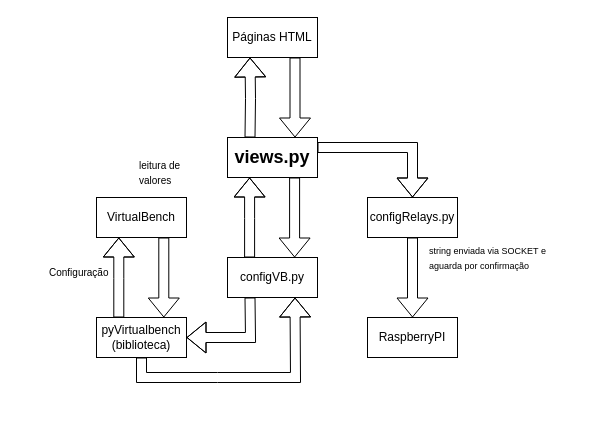
Earlier version of the draw.io diagram diagramas/Diagrama_simplificado.drawio (eddygrinder/LaRE). Source tidied: cells renumbered, new cells numbered last; positions are measured from the earlier drawing's top-left corner, leaving out a move shared by most shapes. Both pictures are drawn from the tidied source at 100%, with x=0, y=0 at pixel (47, 17).
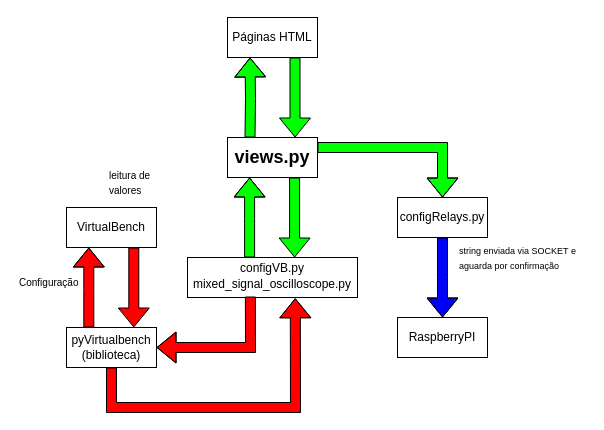
The same diagram, later.

The change refers to these unchanged cells:
```xml
<mxCell id="2" value="Páginas HTML" style="rounded=0;whiteSpace=wrap;html=1;" parent="1" vertex="1">
  <mxGeometry x="180" width="90" height="40" as="geometry" />
</mxCell>
<mxCell id="3" value="&lt;b&gt;&lt;font style=&quot;font-size: 18px;&quot;&gt;views.py&lt;/font&gt;&lt;/b&gt;" style="rounded=0;whiteSpace=wrap;html=1;points=[[0,0,0,0,0],[0,0.25,0,0,0],[0,0.5,0,0,0],[0,0.75,0,0,0],[0,1,0,0,0],[0.14,0.99,0,0,0],[0.25,0,0,0,0],[0.25,1,0,0,0],[0.5,0,0,0,0],[0.5,1,0,0,0],[0.75,0,0,0,0],[0.75,1,0,0,0],[0.89,0.99,0,0,0],[1,0,0,0,0],[1,0.25,0,0,0],[1,0.5,0,0,0],[1,0.75,0,0,0],[1,1,0,0,0]];" parent="1" vertex="1">
  <mxGeometry x="180" y="120" width="90" height="40" as="geometry" />
</mxCell>
```

Change to the diagram source:
```diff
@@
-    <mxCell id="4" style="shape=flexArrow;endArrow=classic;html=1;rounded=0;exitX=0.75;exitY=1;exitDx=0;exitDy=0;entryX=0.75;entryY=0;entryDx=0;entryDy=0;fillColor=none;entryPerimeter=0;" parent="1" edge="1" source="2" target="3">
+    <mxCell id="4" style="shape=flexArrow;endArrow=classic;html=1;rounded=0;exitX=0.75;exitY=1;exitDx=0;exitDy=0;entryX=0.75;entryY=0;entryDx=0;entryDy=0;fillColor=#00FF00;entryPerimeter=0;" parent="1" edge="1" source="2" target="3">
       <mxGeometry relative="1" as="geometry" />
     </mxCell>
     <mxCell id="5" value="VirtualBench" style="whiteSpace=wrap;html=1;rounded=0;align=center;" parent="1" vertex="1">
-      <mxGeometry x="49" y="180" width="90" height="40" as="geometry" />
+      <mxGeometry x="19" y="190" width="90" height="40" as="geometry" />
     </mxCell>
-    <mxCell id="6" value="configVB.py" style="whiteSpace=wrap;html=1;rounded=0;align=center;strokeColor=#000000;" parent="1" vertex="1">
-      <mxGeometry x="180" y="240" width="90" height="40" as="geometry" />
+    <mxCell id="6" value="configVB.py&lt;div&gt;&lt;div style=&quot;line-height: 19px;&quot;&gt;mixed_signal_oscilloscope.py&lt;/div&gt;&lt;/div&gt;" style="whiteSpace=wrap;html=1;rounded=0;align=center;strokeColor=#000000;" parent="1" vertex="1">
+      <mxGeometry x="140" y="240" width="170" height="40" as="geometry" />
     </mxCell>
     <mxCell id="7" value="RaspberryPI" style="whiteSpace=wrap;html=1;rounded=0;align=center;" parent="1" vertex="1">
-      <mxGeometry x="320" y="300" width="90" height="40" as="geometry" />
+      <mxGeometry x="350" y="300" width="90" height="40" as="geometry" />
     </mxCell>
     <mxCell id="8" value="&lt;font style=&quot;font-size: 9px;&quot;&gt;string enviada via SOCKET e&amp;nbsp;&lt;/font&gt;&lt;div&gt;&lt;font style=&quot;font-size: 9px;&quot;&gt;aguarda por confirmação&lt;/font&gt;&lt;/div&gt;" style="text;html=1;align=left;verticalAlign=middle;whiteSpace=wrap;rounded=0;" parent="1" vertex="1">
-      <mxGeometry x="380" y="230" width="130" height="20" as="geometry" />
+      <mxGeometry x="410" y="230" width="130" height="20" as="geometry" />
     </mxCell>
-    <mxCell id="9" style="shape=flexArrow;endArrow=classic;html=1;rounded=0;exitX=0.5;exitY=1;exitDx=0;exitDy=0;" parent="1" edge="1" source="16" target="7">
-      <mxGeometry relative="1" as="geometry" />
+    <mxCell id="9" style="shape=flexArrow;endArrow=classic;html=1;rounded=0;exitX=0.5;exitY=1;exitDx=0;exitDy=0;fillColor=#0000FF;" parent="1" edge="1" source="16" target="7">
+      <mxGeometry relative="1" as="geometry">
+        <Array as="points">
+          <mxPoint x="395" y="260" />
+        </Array>
+      </mxGeometry>
     </mxCell>
-    <mxCell id="10" style="shape=flexArrow;endArrow=classic;html=1;rounded=0;exitX=1;exitY=0.25;exitDx=0;exitDy=0;entryX=0.5;entryY=0;entryDx=0;entryDy=0;exitPerimeter=0;" parent="1" edge="1" source="3" target="16">
+    <mxCell id="10" style="shape=flexArrow;endArrow=classic;html=1;rounded=0;exitX=1;exitY=0.25;exitDx=0;exitDy=0;entryX=0.5;entryY=0;entryDx=0;entryDy=0;exitPerimeter=0;fillColor=#00FF00;" parent="1" edge="1" source="3" target="16">
       <mxGeometry relative="1" as="geometry">
         <Array as="points">
-          <mxPoint x="365" y="130" />
+          <mxPoint x="395" y="130" />
         </Array>
       </mxGeometry>
     </mxCell>
-    <mxCell id="11" style="shape=flexArrow;endArrow=classic;html=1;rounded=0;entryX=0.25;entryY=1;entryDx=0;entryDy=0;exitX=0.25;exitY=0;exitDx=0;exitDy=0;exitPerimeter=0;fillColor=none;" parent="1" edge="1" source="3" target="2">
+    <mxCell id="11" style="shape=flexArrow;endArrow=classic;html=1;rounded=0;entryX=0.25;entryY=1;entryDx=0;entryDy=0;exitX=0.25;exitY=0;exitDx=0;exitDy=0;exitPerimeter=0;fillColor=#00FF00;" parent="1" edge="1" source="3" target="2">
       <mxGeometry relative="1" as="geometry">
         <Array as="points">
           <mxPoint x="203" y="81" />
         </Array>
       </mxGeometry>
     </mxCell>
-    <mxCell id="12" style="shape=flexArrow;endArrow=classic;html=1;rounded=0;exitX=0.75;exitY=1;exitDx=0;exitDy=0;entryX=0.75;entryY=0;entryDx=0;entryDy=0;fillColor=none;entryPerimeter=0;" parent="1" edge="1">
+    <mxCell id="12" style="shape=flexArrow;endArrow=classic;html=1;rounded=0;exitX=0.75;exitY=1;exitDx=0;exitDy=0;entryX=0.75;entryY=0;entryDx=0;entryDy=0;fillColor=#00FF00;entryPerimeter=0;" parent="1" edge="1">
       <mxGeometry relative="1" as="geometry">
         <mxPoint x="247.1" y="160" as="sourcePoint" />
         <mxPoint x="247.1" y="240" as="targetPoint" />
       </mxGeometry>
     </mxCell>
-    <mxCell id="13" style="shape=flexArrow;endArrow=classic;html=1;rounded=0;entryX=0.25;entryY=1;entryDx=0;entryDy=0;exitX=0.25;exitY=0;exitDx=0;exitDy=0;exitPerimeter=0;fillColor=none;" parent="1" edge="1">
+    <mxCell id="13" style="shape=flexArrow;endArrow=classic;html=1;rounded=0;entryX=0.25;entryY=1;entryDx=0;entryDy=0;exitX=0.25;exitY=0;exitDx=0;exitDy=0;exitPerimeter=0;fillColor=#00FF00;" parent="1" edge="1">
       <mxGeometry relative="1" as="geometry">
         <mxPoint x="202.1" y="240" as="sourcePoint" />
         <mxPoint x="202.1" y="160" as="targetPoint" />
         <Array as="points">
           <mxPoint x="202.1" y="201" />
         </Array>
       </mxGeometry>
     </mxCell>
-    <mxCell id="14" style="shape=flexArrow;endArrow=classic;html=1;rounded=0;fillColor=none;exitX=0.25;exitY=1;exitDx=0;exitDy=0;" parent="1" edge="1" source="6" target="15">
+    <mxCell id="14" style="shape=flexArrow;endArrow=classic;html=1;rounded=0;fillColor=#FF0000;exitX=0.37;exitY=0.975;exitDx=0;exitDy=0;exitPerimeter=0;" parent="1" edge="1" source="6" target="15">
       <mxGeometry relative="1" as="geometry">
         <Array as="points">
-          <mxPoint x="203" y="320" />
+          <mxPoint x="203" y="330" />
         </Array>
       </mxGeometry>
     </mxCell>
     <mxCell id="15" value="pyVirtualbench&lt;div&gt;(biblioteca)&lt;/div&gt;" style="whiteSpace=wrap;html=1;rounded=0;align=center;" parent="1" vertex="1">
-      <mxGeometry x="49" y="300" width="90" height="40" as="geometry" />
+      <mxGeometry x="19" y="310" width="90" height="40" as="geometry" />
     </mxCell>
     <mxCell id="16" value="&lt;div&gt;configRelays.py&lt;/div&gt;" style="whiteSpace=wrap;html=1;rounded=0;align=center;strokeColor=#000000;" parent="1" vertex="1">
-      <mxGeometry x="320" y="180" width="90" height="40" as="geometry" />
+      <mxGeometry x="350" y="180" width="90" height="40" as="geometry" />
     </mxCell>
-    <mxCell id="17" style="shape=flexArrow;endArrow=classic;html=1;rounded=0;exitX=0.75;exitY=1;exitDx=0;exitDy=0;entryX=0.75;entryY=0;entryDx=0;entryDy=0;fillColor=none;entryPerimeter=0;" parent="1" edge="1">
+    <mxCell id="17" style="shape=flexArrow;endArrow=classic;html=1;rounded=0;exitX=0.75;exitY=1;exitDx=0;exitDy=0;entryX=0.75;entryY=0;entryDx=0;entryDy=0;fillColor=#FF0000;entryPerimeter=0;" parent="1" edge="1">
       <mxGeometry relative="1" as="geometry">
-        <mxPoint x="116.3" y="220" as="sourcePoint" />
-        <mxPoint x="116.3" y="300" as="targetPoint" />
+        <mxPoint x="86.3" y="230" as="sourcePoint" />
+        <mxPoint x="86.3" y="310" as="targetPoint" />
       </mxGeometry>
     </mxCell>
-    <mxCell id="18" style="shape=flexArrow;endArrow=classic;html=1;rounded=0;entryX=0.25;entryY=1;entryDx=0;entryDy=0;exitX=0.25;exitY=0;exitDx=0;exitDy=0;exitPerimeter=0;fillColor=none;" parent="1" edge="1">
+    <mxCell id="18" style="shape=flexArrow;endArrow=classic;html=1;rounded=0;entryX=0.25;entryY=1;entryDx=0;entryDy=0;exitX=0.25;exitY=0;exitDx=0;exitDy=0;exitPerimeter=0;fillColor=#FF0000;" parent="1" edge="1">
       <mxGeometry relative="1" as="geometry">
-        <mxPoint x="71.3" y="300" as="sourcePoint" />
-        <mxPoint x="71.3" y="220" as="targetPoint" />
+        <mxPoint x="41.3" y="310" as="sourcePoint" />
+        <mxPoint x="41.3" y="230" as="targetPoint" />
         <Array as="points">
-          <mxPoint x="71.3" y="261" />
+          <mxPoint x="41.3" y="271" />
         </Array>
       </mxGeometry>
     </mxCell>
-    <mxCell id="19" style="shape=flexArrow;endArrow=classic;html=1;rounded=0;fillColor=none;exitX=0.5;exitY=1;exitDx=0;exitDy=0;entryX=0.75;entryY=1;entryDx=0;entryDy=0;" parent="1" edge="1" source="15" target="6">
+    <mxCell id="19" style="shape=flexArrow;endArrow=classic;html=1;rounded=0;fillColor=#FF0000;exitX=0.5;exitY=1;exitDx=0;exitDy=0;entryX=0.634;entryY=1.019;entryDx=0;entryDy=0;entryPerimeter=0;" parent="1" edge="1" source="15" target="6">
       <mxGeometry relative="1" as="geometry">
         <Array as="points">
-          <mxPoint x="94" y="360" />
-          <mxPoint x="170" y="360" />
-          <mxPoint x="248" y="360" />
+          <mxPoint x="64" y="390" />
+          <mxPoint x="248" y="390" />
         </Array>
       </mxGeometry>
     </mxCell>
     <mxCell id="20" value="&lt;font size=&quot;1&quot;&gt;Configuração&lt;/font&gt;" style="text;html=1;align=left;verticalAlign=middle;whiteSpace=wrap;rounded=0;" parent="1" vertex="1">
-      <mxGeometry y="240" width="60" height="30" as="geometry" />
+      <mxGeometry x="-30" y="250" width="60" height="30" as="geometry" />
     </mxCell>
     <mxCell id="21" value="&lt;font size=&quot;1&quot;&gt;leitura de valores&lt;/font&gt;" style="text;html=1;align=left;verticalAlign=middle;whiteSpace=wrap;rounded=0;" parent="1" vertex="1">
-      <mxGeometry x="90" y="140" width="60" height="30" as="geometry" />
+      <mxGeometry x="60" y="150" width="60" height="30" as="geometry" />
     </mxCell>
```
